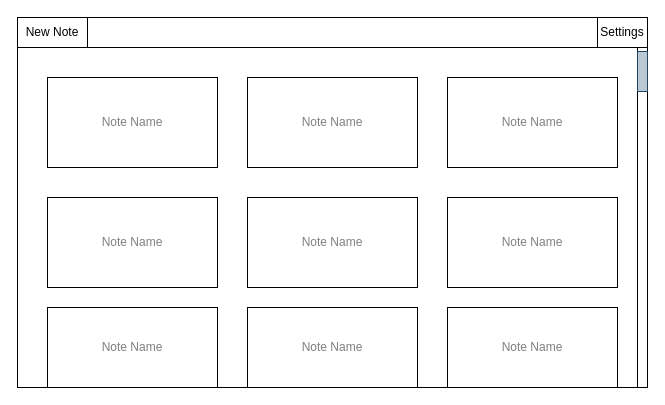
hedwignu/HeidiGinnaw-COMP1004 keeps this draw.io diagram as UML/COMP1004-baseWireframe.drawio. Above is the earlier version. Source tidied: cells renumbered, new cells numbered last; positions are measured from the earlier drawing's top-left corner, leaving out a move shared by most shapes. Both pictures are drawn from the tidied source at 100%, with x=0, y=0 at pixel (17, 17).
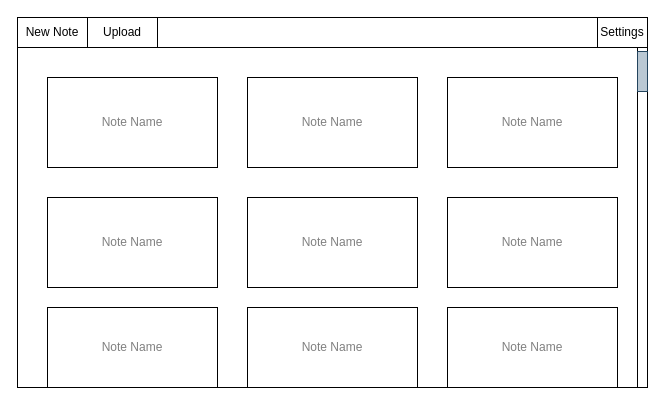
Above is the later version.

Change to the diagram source:
```diff
@@
 <mxGraphModel>
   <root>
     <mxCell id="0" />
     <mxCell id="1" parent="0" />
     <mxCell id="2" style="rounded=0;whiteSpace=wrap;html=1;" parent="1" vertex="1">
       <mxGeometry width="630" height="370" as="geometry" />
     </mxCell>
     <mxCell id="3" style="rounded=0;whiteSpace=wrap;html=1;" parent="1" vertex="1">
       <mxGeometry width="630" height="30" as="geometry" />
     </mxCell>
     <mxCell id="4" value="Settings" style="rounded=0;whiteSpace=wrap;html=1;" parent="1" vertex="1">
       <mxGeometry x="580" width="50" height="30" as="geometry" />
     </mxCell>
     <mxCell id="5" value="Note Name" style="rounded=0;whiteSpace=wrap;html=1;fontColor=light-dark(#808080, #ededed);" parent="1" vertex="1">
       <mxGeometry x="30" y="60" width="170" height="90" as="geometry" />
     </mxCell>
     <mxCell id="6" value="Note Name" style="rounded=0;whiteSpace=wrap;html=1;fontColor=light-dark(#808080, #ededed);" parent="1" vertex="1">
       <mxGeometry x="230" y="60" width="170" height="90" as="geometry" />
     </mxCell>
     <mxCell id="7" value="Note Name" style="rounded=0;whiteSpace=wrap;html=1;fontColor=light-dark(#808080, #ededed);" parent="1" vertex="1">
       <mxGeometry x="430" y="60" width="170" height="90" as="geometry" />
     </mxCell>
     <mxCell id="8" value="Note Name" style="rounded=0;whiteSpace=wrap;html=1;fontColor=light-dark(#808080, #ededed);" parent="1" vertex="1">
       <mxGeometry x="30" y="180" width="170" height="90" as="geometry" />
     </mxCell>
     <mxCell id="9" value="Note Name" style="rounded=0;whiteSpace=wrap;html=1;fontColor=light-dark(#808080, #ededed);" parent="1" vertex="1">
       <mxGeometry x="230" y="180" width="170" height="90" as="geometry" />
     </mxCell>
     <mxCell id="10" value="Note Name" style="rounded=0;whiteSpace=wrap;html=1;fontColor=light-dark(#808080, #ededed);" parent="1" vertex="1">
       <mxGeometry x="430" y="180" width="170" height="90" as="geometry" />
     </mxCell>
     <mxCell id="11" value="Note Name" style="rounded=0;whiteSpace=wrap;html=1;fontColor=light-dark(#808080, #ededed);" parent="1" vertex="1">
       <mxGeometry x="30" y="290" width="170" height="80" as="geometry" />
     </mxCell>
     <mxCell id="12" value="Note Name" style="rounded=0;whiteSpace=wrap;html=1;fontColor=light-dark(#808080, #ededed);" parent="1" vertex="1">
       <mxGeometry x="230" y="290" width="170" height="80" as="geometry" />
     </mxCell>
     <mxCell id="13" value="Note Name" style="rounded=0;whiteSpace=wrap;html=1;fontColor=light-dark(#808080, #ededed);" parent="1" vertex="1">
       <mxGeometry x="430" y="290" width="170" height="80" as="geometry" />
     </mxCell>
     <mxCell id="14" value="New Note" style="rounded=0;whiteSpace=wrap;html=1;" parent="1" vertex="1">
       <mxGeometry width="70" height="30" as="geometry" />
     </mxCell>
     <mxCell id="15" style="rounded=0;whiteSpace=wrap;html=1;" parent="1" vertex="1">
       <mxGeometry x="620" y="30" width="10" height="340" as="geometry" />
     </mxCell>
     <mxCell id="16" style="rounded=0;whiteSpace=wrap;html=1;fillColor=#bac8d3;strokeColor=#23445d;" parent="1" vertex="1">
       <mxGeometry x="620" y="34" width="10" height="40" as="geometry" />
     </mxCell>
+    <mxCell id="17" value="Upload" style="rounded=0;whiteSpace=wrap;html=1;" parent="1" vertex="1">
+      <mxGeometry x="70" width="70" height="30" as="geometry" />
+    </mxCell>
   </root>
 </mxGraphModel>
```
